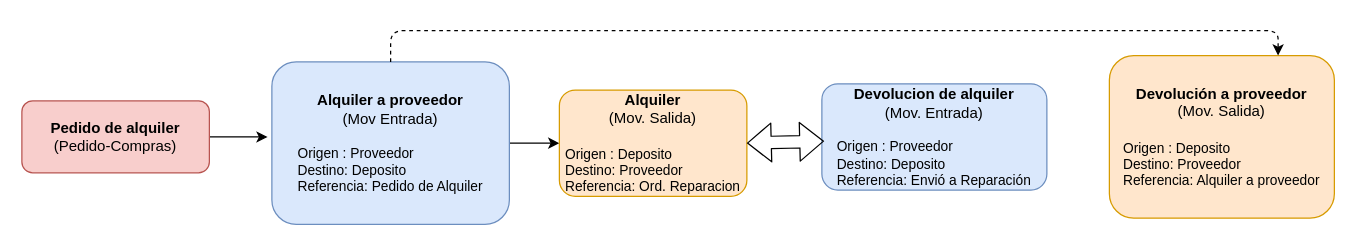
Earlier version of the draw.io diagram page "Alquiler a Proveedor" (2 of 4) of Untitled Diagram.drawio (GJRusso/TMG). Source tidied: cells renumbered, new cells numbered last; positions are measured from the earlier drawing's top-left corner, leaving out a move shared by most shapes. Both pictures are drawn from the tidied source at 125%, with x=0, y=0 at pixel (21, 55).
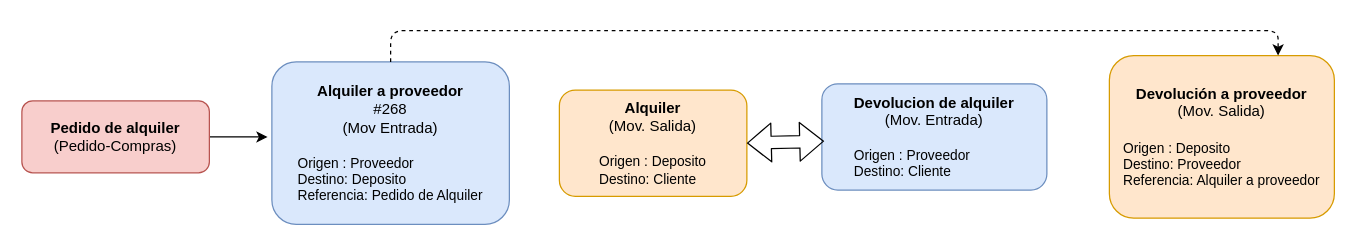
The same diagram, later.

The edit, as a diff of the source:
```diff
@@
 <mxGraphModel>
   <root>
     <mxCell id="0" />
     <mxCell id="1" parent="0" />
     <mxCell id="2" value="&lt;b&gt;Devolución a proveedor&lt;/b&gt;&lt;br&gt;(Mov. Salida)&lt;br&gt;&lt;br&gt;&lt;div style=&quot;text-align: left&quot;&gt;&lt;span style=&quot;font-size: 11px&quot;&gt;Origen&lt;/span&gt;&lt;span style=&quot;font-size: 11px&quot;&gt;&amp;nbsp;: Deposito&lt;/span&gt;&lt;/div&gt;&lt;div style=&quot;text-align: left ; font-size: 11px&quot;&gt;Destino: Proveedor&lt;/div&gt;&lt;div style=&quot;text-align: left ; font-size: 11px&quot;&gt;Referencia: Alquiler a proveedor&lt;/div&gt;" style="rounded=1;whiteSpace=wrap;html=1;fillColor=#ffe6cc;strokeColor=#d79b00;" parent="1" vertex="1">
       <mxGeometry x="870" width="180" height="130" as="geometry" />
     </mxCell>
-    <mxCell id="3" style="edgeStyle=orthogonalEdgeStyle;rounded=0;jettySize=auto;html=1;" parent="1" edge="1" source="4" target="9">
-      <mxGeometry relative="1" as="geometry" />
-    </mxCell>
-    <mxCell id="4" value="&lt;b&gt;Alquiler a proveedor&lt;/b&gt;&lt;br&gt;(Mov Entrada)&lt;br&gt;&lt;br&gt;&lt;div style=&quot;text-align: left ; font-size: 11px&quot;&gt;Origen : Proveedor&lt;/div&gt;&lt;div style=&quot;text-align: left ; font-size: 11px&quot;&gt;Destino: Deposito&lt;/div&gt;&lt;div style=&quot;text-align: left ; font-size: 11px&quot;&gt;Referencia: Pedido de Alquiler&lt;/div&gt;" style="rounded=1;whiteSpace=wrap;html=1;fillColor=#dae8fc;strokeColor=#6c8ebf;" parent="1" vertex="1">
+    <mxCell id="4" value="&lt;b&gt;Alquiler a proveedor&lt;br&gt;&lt;/b&gt;#268&lt;br&gt;(Mov Entrada)&lt;br&gt;&lt;br&gt;&lt;div style=&quot;text-align: left ; font-size: 11px&quot;&gt;Origen : Proveedor&lt;/div&gt;&lt;div style=&quot;text-align: left ; font-size: 11px&quot;&gt;Destino: Deposito&lt;/div&gt;&lt;div style=&quot;text-align: left ; font-size: 11px&quot;&gt;Referencia: Pedido de Alquiler&lt;/div&gt;" style="rounded=1;whiteSpace=wrap;html=1;fillColor=#dae8fc;strokeColor=#6c8ebf;" parent="1" vertex="1">
       <mxGeometry x="200" y="5" width="190" height="130" as="geometry" />
     </mxCell>
     <mxCell id="5" style="edgeStyle=orthogonalEdgeStyle;rounded=0;jettySize=auto;html=1;entryX=-0.018;entryY=0.462;entryDx=0;entryDy=0;entryPerimeter=0;" parent="1" edge="1" source="7" target="4">
       <mxGeometry relative="1" as="geometry" />
     </mxCell>
     <mxCell id="6" style="edgeStyle=orthogonalEdgeStyle;rounded=1;jettySize=auto;html=1;entryX=0.75;entryY=0;entryDx=0;entryDy=0;exitX=0.5;exitY=0;exitDx=0;exitDy=0;dashed=1;" parent="1" edge="1" source="4" target="2">
       <mxGeometry relative="1" as="geometry" />
     </mxCell>
     <mxCell id="7" value="&lt;b&gt;Pedido de alquiler&lt;/b&gt;&lt;br&gt;(Pedido-Compras)" style="rounded=1;whiteSpace=wrap;html=1;fillColor=#f8cecc;strokeColor=#b85450;" parent="1" vertex="1">
       <mxGeometry y="36.2" width="150" height="57.5" as="geometry" />
     </mxCell>
-    <mxCell id="8" value="&lt;b&gt;Devolucion de alquiler&lt;br&gt;&lt;/b&gt;(Mov. Entrada)&lt;br&gt;&lt;br&gt;&lt;div style=&quot;text-align: left ; font-size: 11px&quot;&gt;Origen : Proveedor&lt;/div&gt;&lt;div style=&quot;text-align: left ; font-size: 11px&quot;&gt;Destino: Deposito&lt;/div&gt;&lt;div style=&quot;text-align: left ; font-size: 11px&quot;&gt;Referencia: Envió a Reparación&lt;/div&gt;" style="rounded=1;whiteSpace=wrap;html=1;fillColor=#dae8fc;strokeColor=#6c8ebf;" parent="1" vertex="1">
+    <mxCell id="8" value="&lt;b&gt;Devolucion de alquiler&lt;br&gt;&lt;/b&gt;(Mov. Entrada)&lt;br&gt;&lt;br&gt;&lt;div style=&quot;text-align: left ; font-size: 11px&quot;&gt;Origen : Proveedor&lt;/div&gt;&lt;div style=&quot;text-align: left ; font-size: 11px&quot;&gt;Destino: Cliente&lt;/div&gt;" style="rounded=1;whiteSpace=wrap;html=1;fillColor=#dae8fc;strokeColor=#6c8ebf;" parent="1" vertex="1">
       <mxGeometry x="640" y="22.5" width="180" height="85" as="geometry" />
     </mxCell>
-    <mxCell id="9" value="&lt;b&gt;Alquiler&lt;/b&gt;&lt;br&gt;(Mov. Salida)&lt;br&gt;&lt;br&gt;&lt;div style=&quot;text-align: left&quot;&gt;&lt;span style=&quot;font-size: 11px&quot;&gt;Origen&lt;/span&gt;&lt;span style=&quot;font-size: 11px&quot;&gt;&amp;nbsp;: Deposito&lt;/span&gt;&lt;/div&gt;&lt;div style=&quot;text-align: left ; font-size: 11px&quot;&gt;&lt;span&gt;&lt;font style=&quot;font-size: 11px&quot;&gt;Destino: Proveedor&lt;/font&gt;&lt;/span&gt;&lt;/div&gt;&lt;div style=&quot;text-align: left ; font-size: 11px&quot;&gt;&lt;span&gt;&lt;font style=&quot;font-size: 11px&quot;&gt;Referencia: Ord. Reparacion&lt;/font&gt;&lt;/span&gt;&lt;/div&gt;" style="rounded=1;whiteSpace=wrap;html=1;fillColor=#ffe6cc;strokeColor=#d79b00;" parent="1" vertex="1">
+    <mxCell id="9" value="&lt;b&gt;Alquiler&lt;/b&gt;&lt;br&gt;(Mov. Salida)&lt;br&gt;&lt;br&gt;&lt;div style=&quot;text-align: left&quot;&gt;&lt;span style=&quot;font-size: 11px&quot;&gt;Origen&lt;/span&gt;&lt;span style=&quot;font-size: 11px&quot;&gt;&amp;nbsp;: Deposito&lt;/span&gt;&lt;/div&gt;&lt;div style=&quot;text-align: left ; font-size: 11px&quot;&gt;&lt;span&gt;&lt;font style=&quot;font-size: 11px&quot;&gt;Destino: Cliente&lt;/font&gt;&lt;/span&gt;&lt;/div&gt;" style="rounded=1;whiteSpace=wrap;html=1;fillColor=#ffe6cc;strokeColor=#d79b00;" parent="1" vertex="1">
       <mxGeometry x="430" y="27.5" width="150" height="85" as="geometry" />
     </mxCell>
     <mxCell id="10" style="shape=flexArrow;endArrow=classic;startArrow=classic;html=1;entryX=0.01;entryY=0.54;entryDx=0;entryDy=0;entryPerimeter=0;exitX=1;exitY=0.5;exitDx=0;exitDy=0;" parent="1" edge="1" source="9" target="8">
       <mxGeometry relative="1" as="geometry" />
     </mxCell>
   </root>
 </mxGraphModel>
```
